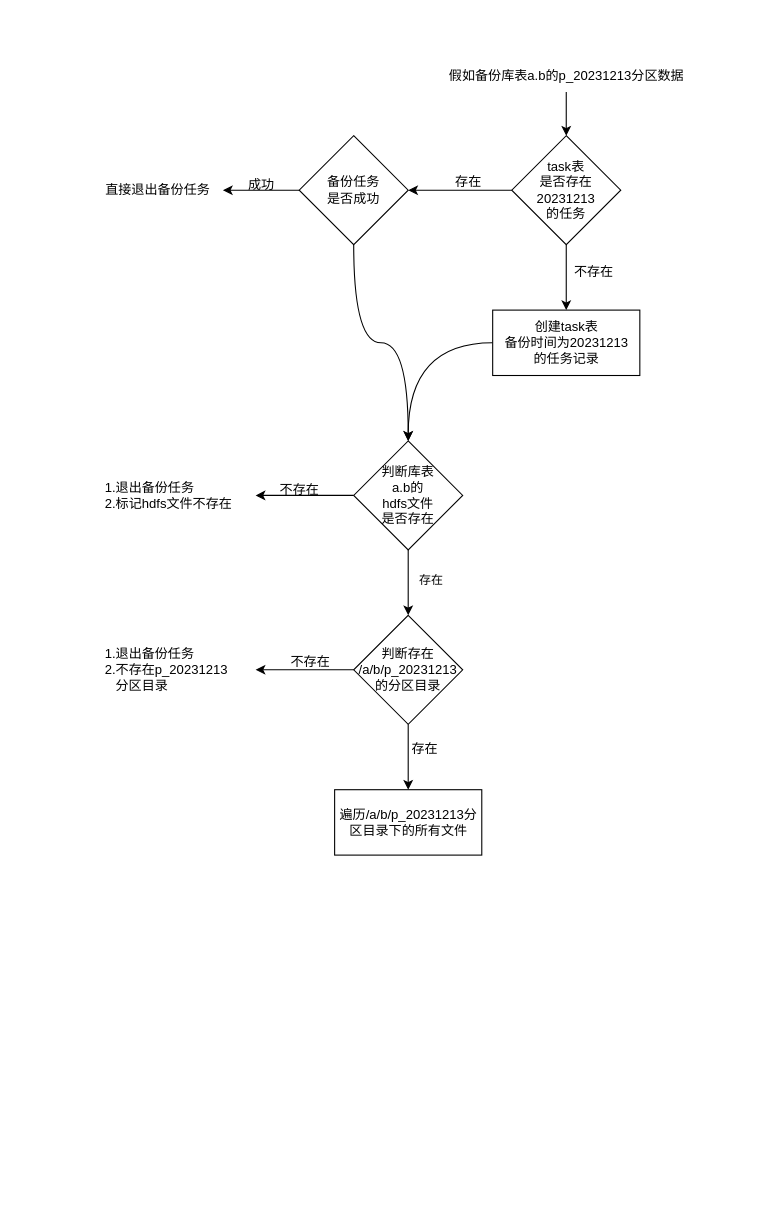
Before: src/main/resources/work.drawio in milanyangbo/embedded-tidb, a draw.io diagram. Source tidied: cells renumbered, new cells numbered last; positions are measured from the earlier drawing's top-left corner, leaving out a move shared by most shapes. Both pictures are drawn from the tidied source at 109%, with x=0, y=0 at pixel (92, 59).
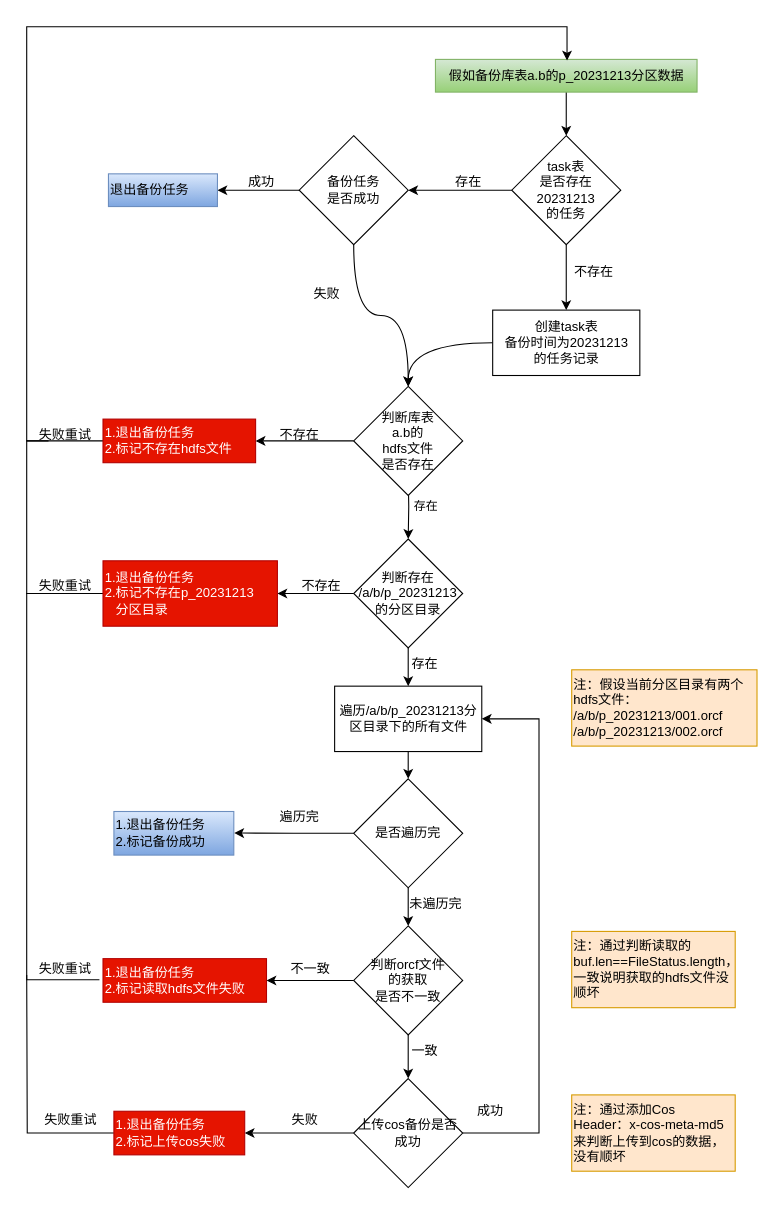
Above is the later version.

What changed in the source:
```diff
@@
-    <mxCell id="3" value="假如备份库表a.b的p_20231213分区数据" style="text;html=1;align=center;verticalAlign=middle;points=[];strokeColor=none;fillColor=none;" parent="1" vertex="1">
+    <mxCell id="3" value="假如备份库表a.b的p_20231213分区数据" style="text;html=1;align=center;verticalAlign=middle;points=[];strokeColor=#82b366;fillColor=#d5e8d4;gradientColor=#97d077;" parent="1" vertex="1">
       <mxGeometry x="315" width="240" height="30" as="geometry" />
     </mxCell>
@@
-    <mxCell id="13" value="直接退出备份任务" style="text;html=1;align=center;verticalAlign=middle;points=[];strokeColor=none;fillColor=none;" parent="1" vertex="1">
-      <mxGeometry y="105" width="120" height="30" as="geometry" />
+    <mxCell id="13" value="退出备份任务" style="text;html=1;align=left;verticalAlign=middle;points=[];strokeColor=#6c8ebf;fillColor=#dae8fc;gradientColor=#7ea6e0;" parent="1" vertex="1">
+      <mxGeometry x="15" y="105" width="100" height="30" as="geometry" />
     </mxCell>
     <mxCell id="14" value="成功" style="text;html=1;align=center;verticalAlign=middle;strokeColor=none;fillColor=none;" parent="1" vertex="1">
-      <mxGeometry x="130" y="100" width="50" height="30" as="geometry" />
+      <mxGeometry x="130" y="98" width="50" height="30" as="geometry" />
     </mxCell>
@@
-    <mxCell id="17" style="edgeStyle=orthogonalEdgeStyle;rounded=0;jettySize=auto;html=1;" parent="1" edge="1" source="19" target="24">
-      <mxGeometry relative="1" as="geometry" />
+    <mxCell id="17" style="edgeStyle=orthogonalEdgeStyle;rounded=0;jettySize=auto;html=1;" parent="1" edge="1" target="24">
+      <mxGeometry relative="1" as="geometry">
+        <mxPoint x="290" y="380" as="sourcePoint" />
+      </mxGeometry>
     </mxCell>
     <mxCell id="18" value="存在" style="edgeLabel;html=1;align=center;verticalAlign=middle;" parent="17" vertex="1">
       <mxGeometry x="-0.4" y="8" relative="1" as="geometry">
-        <mxPoint x="12" y="9" as="offset" />
+        <mxPoint x="7" y="12" as="offset" />
       </mxGeometry>
     </mxCell>
     <mxCell id="19" value="判断库表&lt;br&gt;a.b的&lt;br&gt;hdfs文件&lt;br&gt;是否存在" style="rhombus;whiteSpace=wrap;html=1;" parent="1" vertex="1">
-      <mxGeometry x="240" y="350" width="100" height="100" as="geometry" />
+      <mxGeometry x="240" y="300" width="100" height="100" as="geometry" />
     </mxCell>
+    <mxCell id="29" style="edgeStyle=orthogonalEdgeStyle;rounded=0;jettySize=auto;html=1;entryX=0.503;entryY=0.033;entryDx=0;entryDy=0;entryPerimeter=0;" parent="1" edge="1" source="20" target="3">
+      <mxGeometry relative="1" as="geometry">
+        <Array as="points">
+          <mxPoint x="-60" y="350" />
+          <mxPoint x="-60" y="-30" />
+          <mxPoint x="436" y="-30" />
+        </Array>
+      </mxGeometry>
+    </mxCell>
-    <mxCell id="20" value="1.退出备份任务&lt;br&gt;2.标记hdfs文件不存在" style="text;html=1;align=left;verticalAlign=middle;points=[];strokeColor=none;fillColor=none;" parent="1" vertex="1">
-      <mxGeometry x="10" y="380" width="140" height="40" as="geometry" />
+    <mxCell id="20" value="1.退出备份任务&lt;br&gt;2.标记不存在hdfs文件" style="text;html=1;align=left;verticalAlign=middle;points=[];strokeColor=#B20000;fillColor=#e51400;fontColor=#ffffff;" parent="1" vertex="1">
+      <mxGeometry x="10" y="330" width="140" height="40" as="geometry" />
     </mxCell>
     <mxCell id="21" value="不存在" style="text;html=1;align=center;verticalAlign=middle;strokeColor=none;fillColor=none;" parent="1" vertex="1">
-      <mxGeometry x="160" y="380" width="60" height="30" as="geometry" />
+      <mxGeometry x="160" y="330" width="60" height="30" as="geometry" />
     </mxCell>
@@
     <mxCell id="24" value="判断存在&lt;br&gt;/a/b/p_20231213&lt;br&gt;的分区目录" style="rhombus;whiteSpace=wrap;html=1;" parent="1" vertex="1">
-      <mxGeometry x="240" y="510" width="100" height="100" as="geometry" />
+      <mxGeometry x="240" y="440" width="100" height="100" as="geometry" />
     </mxCell>
+    <mxCell id="30" style="edgeStyle=orthogonalEdgeStyle;rounded=0;jettySize=auto;html=1;endArrow=none;endFill=0;" parent="1" edge="1" source="25">
+      <mxGeometry relative="1" as="geometry">
+        <mxPoint x="-40" y="350" as="targetPoint" />
+        <Array as="points">
+          <mxPoint x="-60" y="490" />
+          <mxPoint x="-60" y="350" />
+        </Array>
+      </mxGeometry>
+    </mxCell>
-    <mxCell id="25" value="1.退出备份任务&lt;br&gt;2.不存在p_20231213&lt;br&gt;&amp;nbsp; &amp;nbsp;分区目录" style="text;html=1;align=left;verticalAlign=middle;points=[];strokeColor=none;fillColor=none;" parent="1" vertex="1">
-      <mxGeometry x="10" y="530" width="140" height="60" as="geometry" />
+    <mxCell id="25" value="1.退出备份任务&lt;br&gt;2.标记不存在p_20231213&lt;br&gt;&amp;nbsp; &amp;nbsp;分区目录" style="text;html=1;align=left;verticalAlign=middle;points=[];strokeColor=#B20000;fillColor=#e51400;fontColor=#ffffff;" parent="1" vertex="1">
+      <mxGeometry x="10" y="460" width="160" height="60" as="geometry" />
     </mxCell>
     <mxCell id="26" value="不存在" style="text;html=1;align=center;verticalAlign=middle;strokeColor=none;fillColor=none;" parent="1" vertex="1">
-      <mxGeometry x="170" y="538" width="60" height="30" as="geometry" />
+      <mxGeometry x="180" y="468" width="60" height="30" as="geometry" />
     </mxCell>
+    <mxCell id="31" style="edgeStyle=orthogonalEdgeStyle;rounded=0;jettySize=auto;html=1;entryX=0.5;entryY=0;entryDx=0;entryDy=0;" parent="1" edge="1" source="27" target="33">
+      <mxGeometry relative="1" as="geometry" />
+    </mxCell>
     <mxCell id="27" value="遍历/a/b/p_20231213分区目录下的所有文件" style="rounded=0;whiteSpace=wrap;html=1;" parent="1" vertex="1">
-      <mxGeometry x="222.5" y="670" width="135" height="60" as="geometry" />
+      <mxGeometry x="222.5" y="575" width="135" height="60" as="geometry" />
     </mxCell>
     <mxCell id="28" value="存在" style="text;html=1;align=center;verticalAlign=middle;strokeColor=none;fillColor=none;" parent="1" vertex="1">
-      <mxGeometry x="280" y="618" width="50" height="30" as="geometry" />
+      <mxGeometry x="280" y="540" width="50" height="30" as="geometry" />
     </mxCell>
+    <mxCell id="32" style="edgeStyle=orthogonalEdgeStyle;rounded=0;jettySize=auto;html=1;" parent="1" edge="1" source="33" target="40">
+      <mxGeometry relative="1" as="geometry" />
+    </mxCell>
+    <mxCell id="33" value="是否遍历完" style="rhombus;whiteSpace=wrap;html=1;" parent="1" vertex="1">
+      <mxGeometry x="240" y="660" width="100" height="100" as="geometry" />
+    </mxCell>
+    <mxCell id="34" value="注：假设当前分区目录有两个hdfs文件：&lt;br&gt;/a/b/p_20231213/001.orcf&lt;br&gt;/a/b/p_20231213/002.orcf" style="rounded=0;whiteSpace=wrap;html=1;align=left;fillColor=#ffe6cc;strokeColor=#d79b00;" parent="1" vertex="1">
+      <mxGeometry x="440" y="560" width="170" height="70" as="geometry" />
+    </mxCell>
+    <mxCell id="35" value="注：通过判断读取的buf.len==FileStatus.length，一致说明获取的hdfs文件没顺坏&amp;nbsp;" style="rounded=0;whiteSpace=wrap;html=1;align=left;fillColor=#ffe6cc;strokeColor=#d79b00;" parent="1" vertex="1">
+      <mxGeometry x="440" y="800" width="150" height="70" as="geometry" />
+    </mxCell>
+    <mxCell id="36" value="遍历完" style="text;html=1;align=center;verticalAlign=middle;strokeColor=none;fillColor=none;" parent="1" vertex="1">
+      <mxGeometry x="160" y="680" width="60" height="30" as="geometry" />
+    </mxCell>
+    <mxCell id="37" value="1.退出备份任务&lt;br&gt;2.标记备份成功" style="text;html=1;align=left;verticalAlign=middle;points=[];strokeColor=#6c8ebf;fillColor=#dae8fc;gradientColor=#7ea6e0;" parent="1" vertex="1">
+      <mxGeometry x="20" y="690" width="110" height="40" as="geometry" />
+    </mxCell>
+    <mxCell id="38" style="edgeStyle=orthogonalEdgeStyle;rounded=0;jettySize=auto;html=1;" parent="1" edge="1" source="40" target="43">
+      <mxGeometry relative="1" as="geometry" />
+    </mxCell>
+    <mxCell id="39" style="edgeStyle=orthogonalEdgeStyle;rounded=0;jettySize=auto;html=1;" parent="1" edge="1" source="40" target="48">
+      <mxGeometry relative="1" as="geometry" />
+    </mxCell>
+    <mxCell id="40" value="判断orcf文件&lt;br&gt;的获取&lt;br&gt;是否不一致" style="rhombus;whiteSpace=wrap;html=1;" parent="1" vertex="1">
+      <mxGeometry x="240" y="795" width="100" height="100" as="geometry" />
+    </mxCell>
+    <mxCell id="41" value="不一致" style="text;html=1;align=center;verticalAlign=middle;strokeColor=none;fillColor=none;" parent="1" vertex="1">
+      <mxGeometry x="170" y="820" width="60" height="30" as="geometry" />
+    </mxCell>
+    <mxCell id="42" style="edgeStyle=orthogonalEdgeStyle;rounded=0;jettySize=auto;html=1;endArrow=none;endFill=0;exitX=-0.022;exitY=0.483;exitDx=0;exitDy=0;exitPerimeter=0;" parent="1" edge="1" source="43">
+      <mxGeometry relative="1" as="geometry">
+        <mxPoint x="-50" y="490" as="targetPoint" />
+        <Array as="points">
+          <mxPoint x="-60" y="844" />
+          <mxPoint x="-60" y="490" />
+        </Array>
+      </mxGeometry>
+    </mxCell>
+    <mxCell id="43" value="1.退出备份任务&lt;br&gt;2.标记读取hdfs文件失败" style="text;html=1;align=left;verticalAlign=middle;points=[];strokeColor=#B20000;fillColor=#e51400;fontColor=#ffffff;" parent="1" vertex="1">
+      <mxGeometry x="10" y="825" width="150" height="40" as="geometry" />
+    </mxCell>
+    <mxCell id="44" style="edgeStyle=orthogonalEdgeStyle;rounded=0;jettySize=auto;html=1;entryX=1.004;entryY=0.494;entryDx=0;entryDy=0;entryPerimeter=0;" parent="1" edge="1" source="33" target="37">
+      <mxGeometry relative="1" as="geometry" />
+    </mxCell>
+    <mxCell id="45" value="未遍历完" style="text;html=1;align=center;verticalAlign=middle;strokeColor=none;fillColor=none;" parent="1" vertex="1">
+      <mxGeometry x="280" y="760" width="70" height="30" as="geometry" />
+    </mxCell>
+    <mxCell id="46" style="edgeStyle=orthogonalEdgeStyle;rounded=0;jettySize=auto;html=1;" parent="1" edge="1" source="48" target="51">
+      <mxGeometry relative="1" as="geometry" />
+    </mxCell>
+    <mxCell id="47" style="edgeStyle=orthogonalEdgeStyle;rounded=0;jettySize=auto;html=1;exitX=1;exitY=0.5;exitDx=0;exitDy=0;entryX=1;entryY=0.5;entryDx=0;entryDy=0;" parent="1" edge="1" source="48" target="27">
+      <mxGeometry relative="1" as="geometry">
+        <Array as="points">
+          <mxPoint x="410" y="985" />
+          <mxPoint x="410" y="605" />
+        </Array>
+      </mxGeometry>
+    </mxCell>
+    <mxCell id="48" value="上传cos备份是否成功" style="rhombus;whiteSpace=wrap;html=1;" parent="1" vertex="1">
+      <mxGeometry x="240" y="935" width="100" height="100" as="geometry" />
+    </mxCell>
+    <mxCell id="49" value="一致" style="text;html=1;align=center;verticalAlign=middle;strokeColor=none;fillColor=none;" parent="1" vertex="1">
+      <mxGeometry x="280" y="895" width="50" height="30" as="geometry" />
+    </mxCell>
+    <mxCell id="50" style="edgeStyle=orthogonalEdgeStyle;rounded=0;jettySize=auto;html=1;endArrow=none;endFill=0;" parent="1" edge="1" source="51">
+      <mxGeometry relative="1" as="geometry">
+        <mxPoint x="-60" y="840" as="targetPoint" />
+      </mxGeometry>
+    </mxCell>
+    <mxCell id="51" value="1.退出备份任务&lt;br&gt;2.标记上传cos失败" style="text;html=1;align=left;verticalAlign=middle;points=[];strokeColor=#B20000;fillColor=#e51400;fontColor=#ffffff;" parent="1" vertex="1">
+      <mxGeometry x="20" y="965" width="120" height="40" as="geometry" />
+    </mxCell>
+    <mxCell id="52" value="失败" style="text;html=1;align=center;verticalAlign=middle;strokeColor=none;fillColor=none;" parent="1" vertex="1">
+      <mxGeometry x="170" y="958" width="50" height="30" as="geometry" />
+    </mxCell>
+    <mxCell id="53" value="失败" style="text;html=1;align=center;verticalAlign=middle;strokeColor=none;fillColor=none;" parent="1" vertex="1">
+      <mxGeometry x="190" y="200" width="50" height="30" as="geometry" />
+    </mxCell>
+    <mxCell id="54" value="注：通过添加Cos Header：x-cos-meta-md5 来判断上传到cos的数据，没有顺坏" style="rounded=0;whiteSpace=wrap;html=1;align=left;fillColor=#ffe6cc;strokeColor=#d79b00;" parent="1" vertex="1">
+      <mxGeometry x="440" y="950" width="150" height="70" as="geometry" />
+    </mxCell>
+    <mxCell id="55" value="成功" style="text;html=1;align=center;verticalAlign=middle;strokeColor=none;fillColor=none;" parent="1" vertex="1">
+      <mxGeometry x="340" y="950" width="50" height="30" as="geometry" />
+    </mxCell>
+    <mxCell id="56" value="失败重试" style="text;html=1;align=center;verticalAlign=middle;strokeColor=none;fillColor=none;" parent="1" vertex="1">
+      <mxGeometry x="-60" y="330" width="70" height="30" as="geometry" />
+    </mxCell>
+    <mxCell id="57" value="失败重试" style="text;html=1;align=center;verticalAlign=middle;strokeColor=none;fillColor=none;" parent="1" vertex="1">
+      <mxGeometry x="-60" y="468" width="70" height="30" as="geometry" />
+    </mxCell>
+    <mxCell id="58" value="失败重试" style="text;html=1;align=center;verticalAlign=middle;strokeColor=none;fillColor=none;" parent="1" vertex="1">
+      <mxGeometry x="-60" y="820" width="70" height="30" as="geometry" />
+    </mxCell>
+    <mxCell id="59" value="失败重试" style="text;html=1;align=center;verticalAlign=middle;strokeColor=none;fillColor=none;" parent="1" vertex="1">
+      <mxGeometry x="-55" y="958" width="70" height="30" as="geometry" />
+    </mxCell>
```
